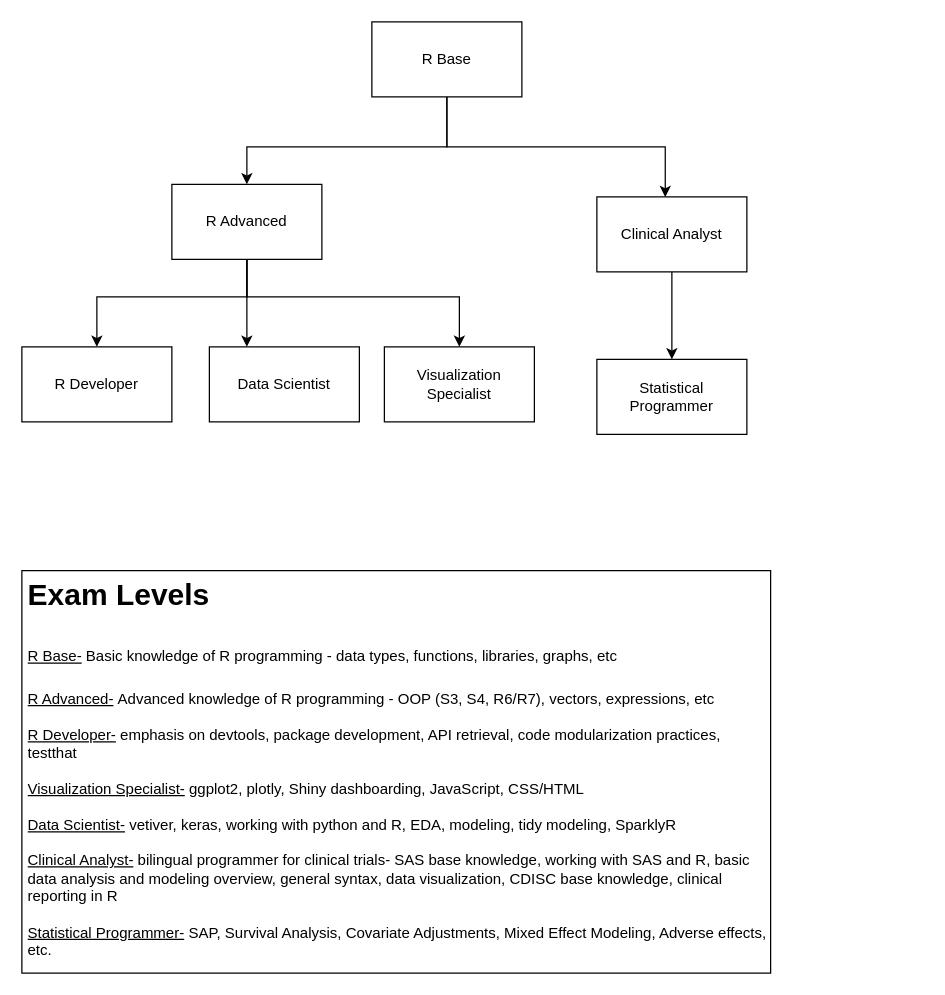
Earlier version of the draw.io diagram Curriculum/R Certification Paths.drawio (RConsortium/R-Certification-WG). Source tidied: cells renumbered, new cells numbered last; positions are measured from the earlier drawing's top-left corner, leaving out a move shared by most shapes. Both pictures are drawn from the tidied source at 125%, with x=0, y=0 at pixel (21, 21).
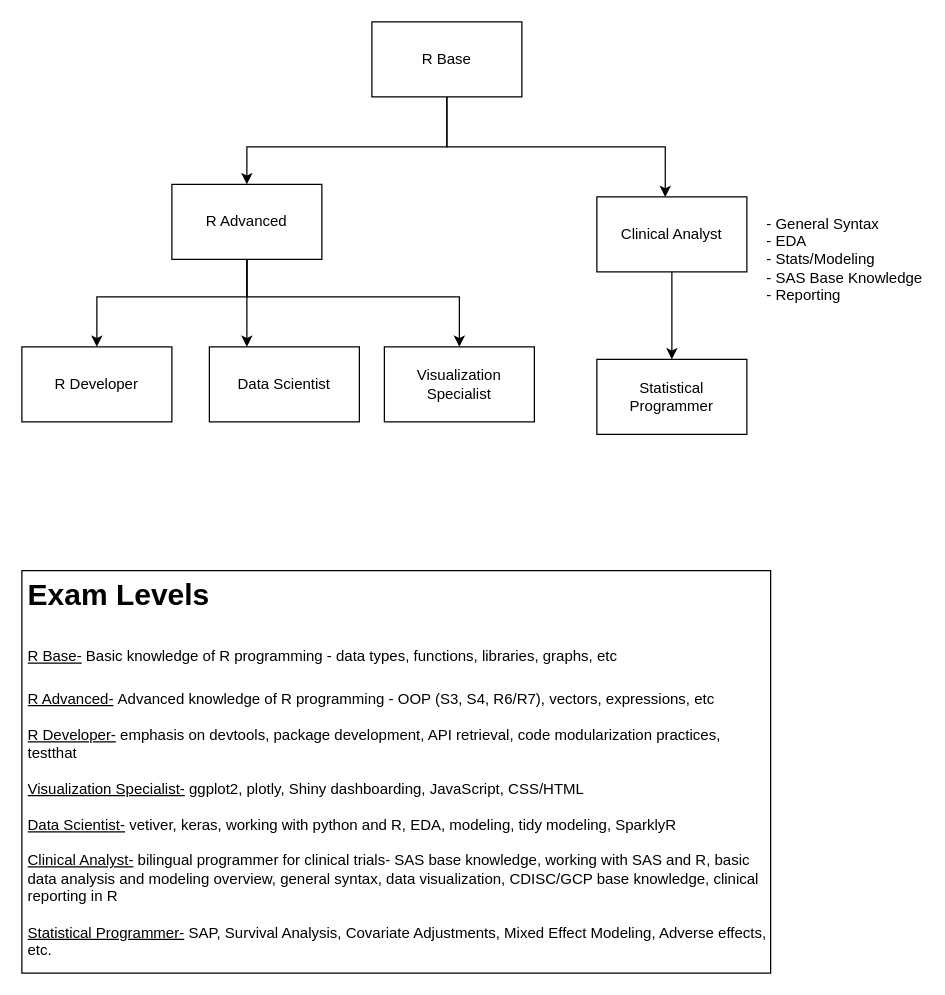
The same page after the edit.

Commit message (it also covers changes not shown here):
Updated exam charts

updated exam flow diagrams, added pdf

The edit, as a diff of the source:
```diff
@@
-    <mxCell id="15" value="&lt;h1&gt;&lt;span style=&quot;background-color: initial;&quot;&gt;Exam Levels&lt;/span&gt;&lt;/h1&gt;&lt;h1&gt;&lt;span style=&quot;background-color: initial; font-size: 12px; font-weight: normal;&quot;&gt;&lt;u&gt;R Base-&lt;/u&gt;&amp;nbsp;Basic knowledge of R programming - data types, functions, libraries, graphs, etc&lt;/span&gt;&lt;br&gt;&lt;/h1&gt;&lt;div&gt;&lt;span style=&quot;background-color: initial; font-size: 12px; font-weight: normal;&quot;&gt;&lt;u&gt;R Advanced-&lt;/u&gt;&amp;nbsp;Advanced knowledge of R programming - OOP (S3, S4, R6/R7), vectors, expressions, etc&amp;nbsp;&lt;/span&gt;&lt;/div&gt;&lt;div&gt;&lt;span style=&quot;background-color: initial; font-size: 12px; font-weight: normal;&quot;&gt;&lt;br&gt;&lt;/span&gt;&lt;/div&gt;&lt;div&gt;&lt;u&gt;R Developer-&lt;/u&gt;&amp;nbsp;emphasis on devtools, package development, API retrieval, code modularization practices, testthat&amp;nbsp;&lt;span style=&quot;background-color: initial; font-size: 12px; font-weight: normal;&quot;&gt;&lt;br&gt;&lt;/span&gt;&lt;/div&gt;&lt;div&gt;&lt;span style=&quot;background-color: initial; font-size: 12px; font-weight: normal;&quot;&gt;&lt;u&gt;&lt;br&gt;&lt;/u&gt;&lt;/span&gt;&lt;/div&gt;&lt;div&gt;&lt;span style=&quot;background-color: initial; font-size: 12px; font-weight: normal;&quot;&gt;&lt;u&gt;Visualization Specialist-&lt;/u&gt;&amp;nbsp;ggplot2, plotly, Shiny dashboarding, JavaScript, CSS/HTML&lt;/span&gt;&lt;/div&gt;&lt;div&gt;&lt;u style=&quot;background-color: initial;&quot;&gt;&lt;br&gt;&lt;/u&gt;&lt;/div&gt;&lt;div&gt;&lt;u style=&quot;background-color: initial;&quot;&gt;Data Scientist-&lt;/u&gt;&lt;span style=&quot;background-color: initial;&quot;&gt;&amp;nbsp;vetiver, keras, working with python and R, EDA, modeling, tidy modeling, SparklyR&lt;/span&gt;&lt;br&gt;&lt;/div&gt;&lt;div&gt;&lt;span style=&quot;background-color: initial; font-size: 12px; font-weight: normal;&quot;&gt;&lt;u&gt;&lt;br&gt;&lt;/u&gt;&lt;/span&gt;&lt;/div&gt;&lt;div&gt;&lt;span style=&quot;background-color: initial; font-size: 12px; font-weight: normal;&quot;&gt;&lt;u&gt;Clinical Analyst-&lt;/u&gt;&amp;nbsp;bilingual programmer for clinical trials- SAS base knowledge, working with SAS and R, basic data analysis and modeling overview, general syntax, data visualization, CDISC base knowledge, clinical reporting in R&lt;/span&gt;&lt;/div&gt;&lt;div&gt;&lt;span style=&quot;background-color: initial; font-size: 12px; font-weight: normal;&quot;&gt;&lt;u&gt;&lt;br&gt;&lt;/u&gt;&lt;/span&gt;&lt;/div&gt;&lt;div&gt;&lt;span style=&quot;background-color: initial; font-size: 12px; font-weight: normal;&quot;&gt;&lt;u&gt;Statistical Programmer-&lt;/u&gt;&amp;nbsp;SAP, Survival Analysis, Covariate Adjustments, Mixed Effect Modeling, Adverse effects, etc.&lt;/span&gt;&lt;/div&gt;" style="text;html=1;strokeColor=default;fillColor=none;spacing=5;spacingTop=-20;whiteSpace=wrap;overflow=hidden;rounded=0;" parent="1" vertex="1">
+    <mxCell id="15" value="&lt;h1&gt;&lt;span style=&quot;background-color: initial;&quot;&gt;Exam Levels&lt;/span&gt;&lt;/h1&gt;&lt;h1&gt;&lt;span style=&quot;background-color: initial; font-size: 12px; font-weight: normal;&quot;&gt;&lt;u&gt;R Base-&lt;/u&gt;&amp;nbsp;Basic knowledge of R programming - data types, functions, libraries, graphs, etc&lt;/span&gt;&lt;br&gt;&lt;/h1&gt;&lt;div&gt;&lt;span style=&quot;background-color: initial; font-size: 12px; font-weight: normal;&quot;&gt;&lt;u&gt;R Advanced-&lt;/u&gt;&amp;nbsp;Advanced knowledge of R programming - OOP (S3, S4, R6/R7), vectors, expressions, etc&amp;nbsp;&lt;/span&gt;&lt;/div&gt;&lt;div&gt;&lt;span style=&quot;background-color: initial; font-size: 12px; font-weight: normal;&quot;&gt;&lt;br&gt;&lt;/span&gt;&lt;/div&gt;&lt;div&gt;&lt;u&gt;R Developer-&lt;/u&gt;&amp;nbsp;emphasis on devtools, package development, API retrieval, code modularization practices, testthat&amp;nbsp;&lt;span style=&quot;background-color: initial; font-size: 12px; font-weight: normal;&quot;&gt;&lt;br&gt;&lt;/span&gt;&lt;/div&gt;&lt;div&gt;&lt;span style=&quot;background-color: initial; font-size: 12px; font-weight: normal;&quot;&gt;&lt;u&gt;&lt;br&gt;&lt;/u&gt;&lt;/span&gt;&lt;/div&gt;&lt;div&gt;&lt;span style=&quot;background-color: initial; font-size: 12px; font-weight: normal;&quot;&gt;&lt;u&gt;Visualization Specialist-&lt;/u&gt;&amp;nbsp;ggplot2, plotly, Shiny dashboarding, JavaScript, CSS/HTML&lt;/span&gt;&lt;/div&gt;&lt;div&gt;&lt;u style=&quot;background-color: initial;&quot;&gt;&lt;br&gt;&lt;/u&gt;&lt;/div&gt;&lt;div&gt;&lt;u style=&quot;background-color: initial;&quot;&gt;Data Scientist-&lt;/u&gt;&lt;span style=&quot;background-color: initial;&quot;&gt;&amp;nbsp;vetiver, keras, working with python and R, EDA, modeling, tidy modeling, SparklyR&lt;/span&gt;&lt;br&gt;&lt;/div&gt;&lt;div&gt;&lt;span style=&quot;background-color: initial; font-size: 12px; font-weight: normal;&quot;&gt;&lt;u&gt;&lt;br&gt;&lt;/u&gt;&lt;/span&gt;&lt;/div&gt;&lt;div&gt;&lt;span style=&quot;background-color: initial; font-size: 12px; font-weight: normal;&quot;&gt;&lt;u&gt;Clinical Analyst-&lt;/u&gt;&amp;nbsp;bilingual programmer for clinical trials- SAS base knowledge, working with SAS and R, basic data analysis and modeling overview, general syntax, data visualization, CDISC/GCP base knowledge, clinical reporting in R&lt;/span&gt;&lt;/div&gt;&lt;div&gt;&lt;span style=&quot;background-color: initial; font-size: 12px; font-weight: normal;&quot;&gt;&lt;u&gt;&lt;br&gt;&lt;/u&gt;&lt;/span&gt;&lt;/div&gt;&lt;div&gt;&lt;span style=&quot;background-color: initial; font-size: 12px; font-weight: normal;&quot;&gt;&lt;u&gt;Statistical Programmer-&lt;/u&gt;&amp;nbsp;SAP, Survival Analysis, Covariate Adjustments, Mixed Effect Modeling, Adverse effects, etc.&lt;/span&gt;&lt;/div&gt;" style="text;html=1;strokeColor=default;fillColor=none;spacing=5;spacingTop=-20;whiteSpace=wrap;overflow=hidden;rounded=0;" parent="1" vertex="1">
       <mxGeometry y="439" width="599" height="322" as="geometry" />
     </mxCell>
+    <mxCell id="16" value="&lt;div&gt;- General Syntax&lt;/div&gt;&lt;div&gt;- EDA&lt;/div&gt;&lt;div&gt;- Stats/Modeling&lt;/div&gt;&lt;div&gt;- SAS Base Knowledge&lt;/div&gt;&lt;div&gt;- Reporting&lt;/div&gt;" style="text;html=1;strokeColor=none;fillColor=none;align=left;verticalAlign=middle;whiteSpace=wrap;rounded=0;" parent="1" vertex="1">
+      <mxGeometry x="594" y="175" width="127" height="30" as="geometry" />
+    </mxCell>
```
